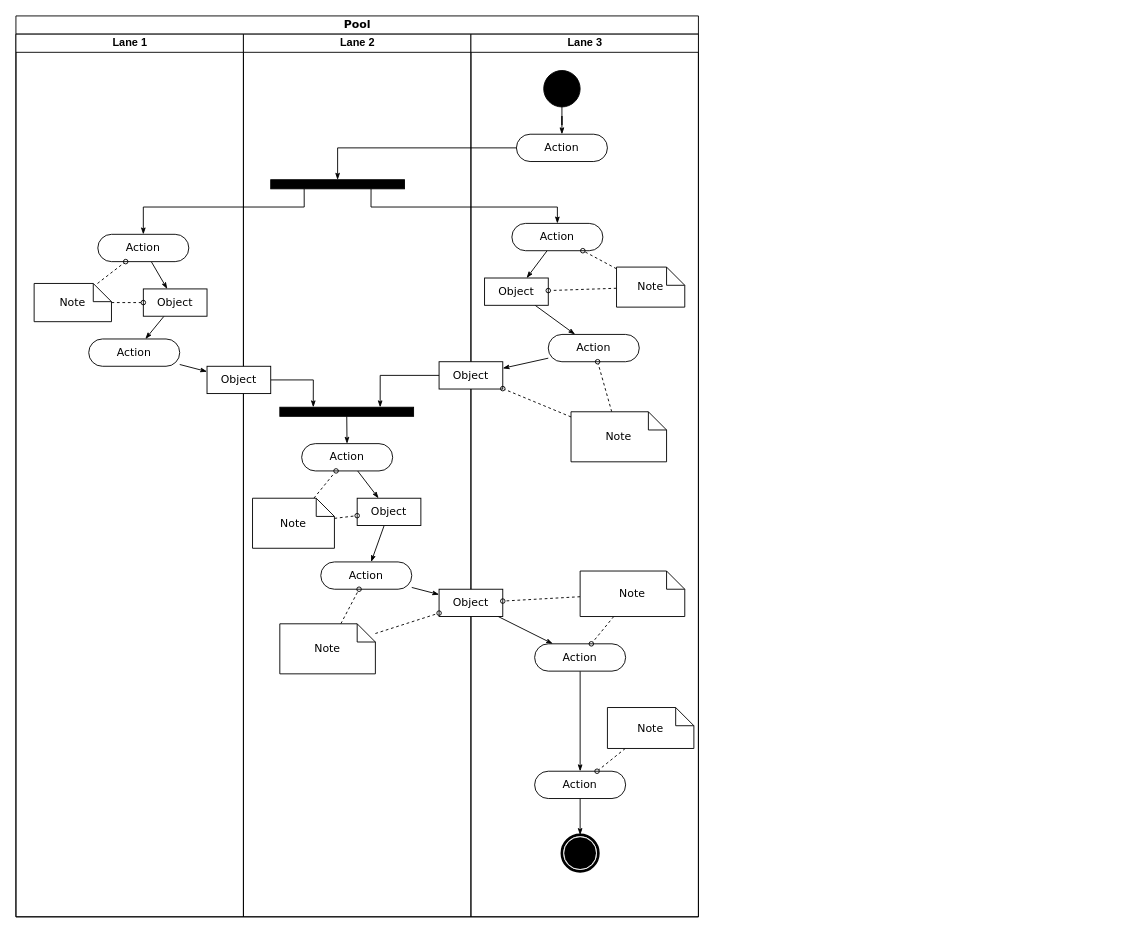
Before: LAEL_REX_Activity_Diagram.drawio in ajithmjose/deleteme, a draw.io diagram. Source tidied: cells renumbered, new cells numbered last; positions are measured from the earlier drawing's top-left corner, leaving out a move shared by most shapes. Both pictures are drawn from the tidied source at 91%, with x=0, y=0 at pixel (15, 15).
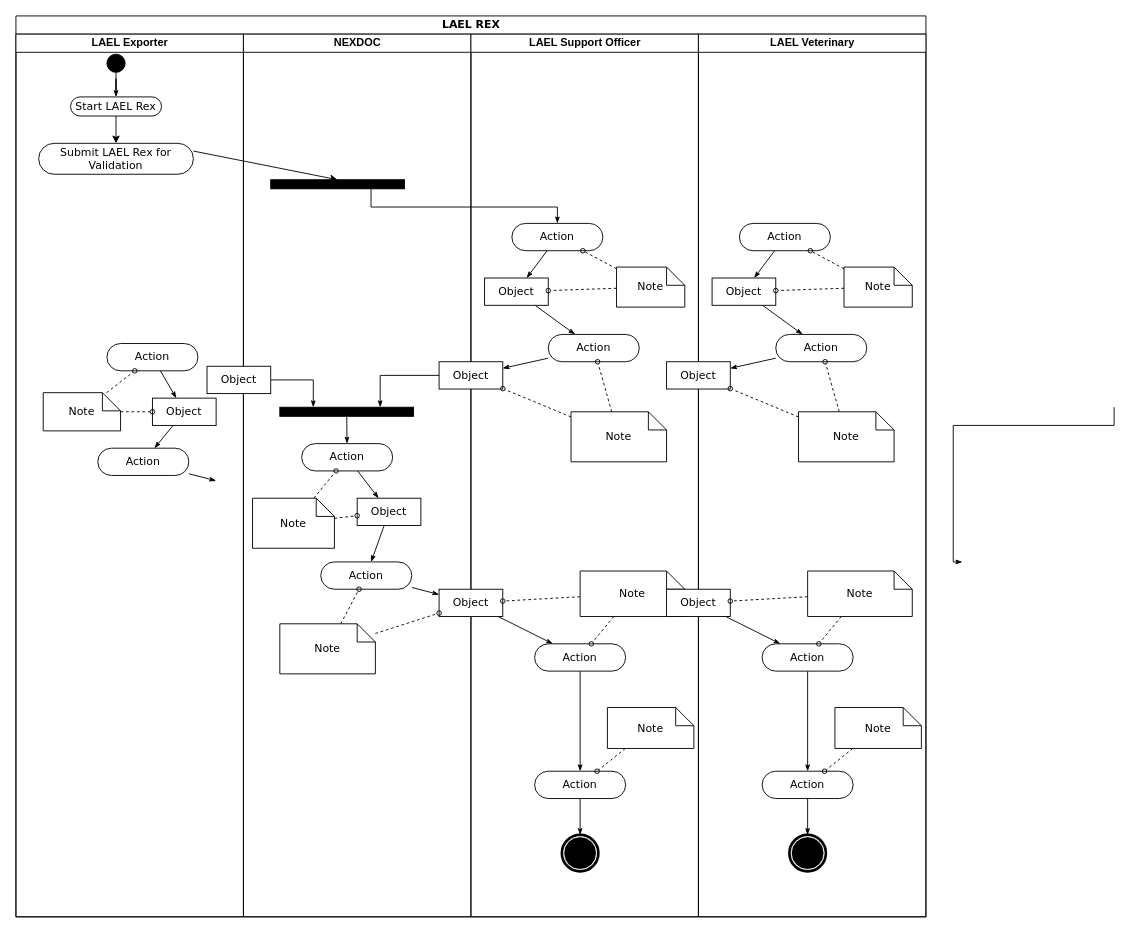
After the change.

Unchanged cells that the change refers to:
```xml
<mxCell id="13" style="whiteSpace=wrap;html=1;rounded=0;shadow=0;comic=0;labelBackgroundColor=none;strokeWidth=1;fillColor=#000000;fontFamily=Verdana;fontSize=12;align=center;rotation=0;" parent="12" vertex="1">
  <mxGeometry x="30" y="160" width="147" height="10" as="geometry" />
</mxCell>
<mxCell id="19" value="Object" style="rounded=0;whiteSpace=wrap;html=1;shadow=0;comic=0;labelBackgroundColor=none;strokeWidth=1;fontFamily=Verdana;fontSize=12;align=center;arcSize=50;" parent="12" vertex="1">
  <mxGeometry x="-40" y="365" width="70" height="30" as="geometry" />
</mxCell>
```

The edit, as a diff of the source:
```diff
@@
-    <mxCell id="2" value="Pool" style="swimlane;html=1;startSize=20;rounded=0;shadow=0;comic=0;labelBackgroundColor=none;strokeWidth=1;fontFamily=Verdana;fontSize=12;align=center;" parent="1" vertex="1">
-      <mxGeometry width="750" height="990" as="geometry" />
+    <mxCell id="2" value="LAEL REX" style="swimlane;html=1;startSize=20;rounded=0;shadow=0;comic=0;labelBackgroundColor=none;strokeWidth=1;fontFamily=Verdana;fontSize=12;align=center;" parent="1" vertex="1">
+      <mxGeometry width="1000" height="990" as="geometry" />
     </mxCell>
-    <mxCell id="3" value="Lane 1" style="swimlane;html=1;startSize=20;" parent="2" vertex="1">
+    <mxCell id="3" value="LAEL Exporter" style="swimlane;html=1;startSize=20;" parent="2" vertex="1">
       <mxGeometry y="20" width="250" height="970" as="geometry" />
     </mxCell>
+    <mxCell id="64" style="ellipse;whiteSpace=wrap;html=1;rounded=0;shadow=0;comic=0;labelBackgroundColor=none;strokeWidth=1;fillColor=#000000;fontFamily=Verdana;fontSize=12;align=center;" parent="3" vertex="1">
+      <mxGeometry x="100" y="22" width="20" height="20" as="geometry" />
+    </mxCell>
+    <mxCell id="65" value="Start LAEL Rex" style="rounded=1;whiteSpace=wrap;html=1;shadow=0;comic=0;labelBackgroundColor=none;strokeWidth=1;fontFamily=Verdana;fontSize=12;align=center;arcSize=50;" parent="3" vertex="1">
+      <mxGeometry x="60" y="69" width="100" height="21" as="geometry" />
+    </mxCell>
+    <mxCell id="66" style="edgeStyle=orthogonalEdgeStyle;rounded=0;html=1;labelBackgroundColor=none;startArrow=none;startFill=0;startSize=5;endArrow=classicThin;endFill=1;endSize=5;jettySize=auto;strokeWidth=1;fontFamily=Verdana;fontSize=12;" parent="3" edge="1" source="64" target="65">
+      <mxGeometry relative="1" as="geometry" />
+    </mxCell>
@@
     <mxCell id="5" value="Action" style="rounded=1;whiteSpace=wrap;html=1;shadow=0;comic=0;labelBackgroundColor=none;strokeWidth=1;fontFamily=Verdana;fontSize=12;align=center;arcSize=50;" parent="3" vertex="1">
-      <mxGeometry x="90" y="220" width="100" height="30" as="geometry" />
+      <mxGeometry x="100" y="340" width="100" height="30" as="geometry" />
     </mxCell>
     <mxCell id="6" value="Action" style="rounded=1;whiteSpace=wrap;html=1;shadow=0;comic=0;labelBackgroundColor=none;strokeWidth=1;fontFamily=Verdana;fontSize=12;align=center;arcSize=50;" parent="3" vertex="1">
-      <mxGeometry x="80" y="335" width="100" height="30" as="geometry" />
+      <mxGeometry x="90" y="455" width="100" height="30" as="geometry" />
     </mxCell>
@@
     <mxCell id="8" value="Object" style="rounded=0;whiteSpace=wrap;html=1;shadow=0;comic=0;labelBackgroundColor=none;strokeWidth=1;fontFamily=Verdana;fontSize=12;align=center;arcSize=50;" parent="3" vertex="1">
-      <mxGeometry x="140" y="280" width="70" height="30" as="geometry" />
+      <mxGeometry x="150" y="400" width="70" height="30" as="geometry" />
     </mxCell>
@@
     <mxCell id="11" value="Note" style="shape=note;whiteSpace=wrap;html=1;rounded=0;shadow=0;comic=0;labelBackgroundColor=none;strokeWidth=1;fontFamily=Verdana;fontSize=12;align=center;size=20;" parent="3" vertex="1">
-      <mxGeometry x="20" y="274" width="85" height="42" as="geometry" />
+      <mxGeometry x="30" y="394" width="85" height="42" as="geometry" />
     </mxCell>
+    <mxCell id="67" value="Submit LAEL Rex for Validation" style="rounded=1;whiteSpace=wrap;html=1;shadow=0;comic=0;labelBackgroundColor=none;strokeWidth=1;fontFamily=Verdana;fontSize=12;align=center;arcSize=50;" parent="3" vertex="1">
+      <mxGeometry x="25" y="120" width="170" height="34" as="geometry" />
+    </mxCell>
+    <mxCell id="61" style="edgeStyle=none;rounded=0;html=1;labelBackgroundColor=none;startArrow=none;startFill=0;startSize=5;endArrow=classicThin;endFill=1;endSize=5;jettySize=auto;strokeWidth=1;fontFamily=Verdana;fontSize=12;" parent="3" edge="1" source="6">
+      <mxGeometry relative="1" as="geometry">
+        <mxPoint x="220" y="490.9" as="targetPoint" />
+      </mxGeometry>
+    </mxCell>
+    <mxCell id="68" style="endArrow=classic;html=1;rounded=0;entryX=0.5;entryY=0;entryDx=0;entryDy=0;" parent="3" edge="1" target="67">
+      <mxGeometry relative="1" as="geometry">
+        <mxPoint x="110" y="90" as="sourcePoint" />
+      </mxGeometry>
+    </mxCell>
-    <mxCell id="12" value="Lane 2" style="swimlane;html=1;startSize=20;" parent="2" vertex="1">
+    <mxCell id="12" value="NEXDOC" style="swimlane;html=1;startSize=20;" parent="2" vertex="1">
       <mxGeometry x="250" y="20" width="250" height="970" as="geometry" />
     </mxCell>
@@
-    <mxCell id="28" value="Lane 3" style="swimlane;html=1;startSize=20;" parent="2" vertex="1">
+    <mxCell id="28" value="LAEL Support Officer" style="swimlane;html=1;startSize=20;" parent="2" vertex="1">
       <mxGeometry x="500" y="20" width="250" height="970" as="geometry" />
     </mxCell>
-    <mxCell id="29" style="edgeStyle=orthogonalEdgeStyle;rounded=0;html=1;labelBackgroundColor=none;startArrow=none;startFill=0;startSize=5;endArrow=classicThin;endFill=1;endSize=5;jettySize=auto;strokeWidth=1;fontFamily=Verdana;fontSize=12;" parent="28" edge="1" source="30" target="31">
-      <mxGeometry relative="1" as="geometry" />
-    </mxCell>
-    <mxCell id="30" style="ellipse;whiteSpace=wrap;html=1;rounded=0;shadow=0;comic=0;labelBackgroundColor=none;strokeWidth=1;fillColor=#000000;fontFamily=Verdana;fontSize=12;align=center;" parent="28" vertex="1">
-      <mxGeometry x="80" y="40" width="40" height="40" as="geometry" />
-    </mxCell>
-    <mxCell id="31" value="Action" style="rounded=1;whiteSpace=wrap;html=1;shadow=0;comic=0;labelBackgroundColor=none;strokeWidth=1;fontFamily=Verdana;fontSize=12;align=center;arcSize=50;" parent="28" vertex="1">
-      <mxGeometry x="50" y="110" width="100" height="30" as="geometry" />
-    </mxCell>
@@
-    <mxCell id="57" style="edgeStyle=orthogonalEdgeStyle;rounded=0;html=1;entryX=0.5;entryY=0;labelBackgroundColor=none;startArrow=none;startFill=0;startSize=5;endArrow=classicThin;endFill=1;endSize=5;jettySize=auto;strokeWidth=1;fontFamily=Verdana;fontSize=12;" parent="2" edge="1" source="31" target="13">
-      <mxGeometry relative="1" as="geometry">
-        <Array as="points">
-          <mxPoint x="354" y="145" />
-        </Array>
-      </mxGeometry>
-    </mxCell>
@@
-    <mxCell id="59" style="edgeStyle=orthogonalEdgeStyle;rounded=0;html=1;exitX=0.25;exitY=1;entryX=0.5;entryY=0;labelBackgroundColor=none;startArrow=none;startFill=0;startSize=5;endArrow=classicThin;endFill=1;endSize=5;jettySize=auto;strokeWidth=1;fontFamily=Verdana;fontSize=12;" parent="2" edge="1" source="13" target="5">
-      <mxGeometry relative="1" as="geometry">
-        <Array as="points">
-          <mxPoint x="317" y="210" />
-          <mxPoint x="140" y="210" />
-        </Array>
-      </mxGeometry>
-    </mxCell>
@@
-    <mxCell id="61" style="edgeStyle=none;rounded=0;html=1;labelBackgroundColor=none;startArrow=none;startFill=0;startSize=5;endArrow=classicThin;endFill=1;endSize=5;jettySize=auto;strokeWidth=1;fontFamily=Verdana;fontSize=12;" parent="2" edge="1" source="6" target="19">
-      <mxGeometry relative="1" as="geometry" />
-    </mxCell>
@@
+    <mxCell id="69" style="endArrow=classic;html=1;rounded=0;entryX=0.5;entryY=0;entryDx=0;entryDy=0;exitX=1;exitY=0.25;exitDx=0;exitDy=0;" parent="2" edge="1" source="67" target="13">
+      <mxGeometry relative="1" as="geometry" />
+    </mxCell>
+    <mxCell id="70" value="LAEL Veterinary" style="swimlane;html=1;startSize=20;" parent="1" vertex="1">
+      <mxGeometry x="750" y="20" width="250" height="970" as="geometry" />
+    </mxCell>
+    <mxCell id="71" style="rounded=0;html=1;labelBackgroundColor=none;startArrow=none;startFill=0;startSize=5;endArrow=classicThin;endFill=1;endSize=5;jettySize=auto;strokeWidth=1;fontFamily=Verdana;fontSize=12;" parent="70" edge="1" source="72" target="76">
+      <mxGeometry relative="1" as="geometry" />
+    </mxCell>
+    <mxCell id="72" value="Action" style="rounded=1;whiteSpace=wrap;html=1;shadow=0;comic=0;labelBackgroundColor=none;strokeWidth=1;fontFamily=Verdana;fontSize=12;align=center;arcSize=50;" parent="70" vertex="1">
+      <mxGeometry x="45" y="208" width="100" height="30" as="geometry" />
+    </mxCell>
+    <mxCell id="73" style="edgeStyle=none;rounded=0;html=1;labelBackgroundColor=none;startArrow=none;startFill=0;startSize=5;endArrow=classicThin;endFill=1;endSize=5;jettySize=auto;strokeWidth=1;fontFamily=Verdana;fontSize=12;" parent="70" edge="1" source="74" target="77">
+      <mxGeometry relative="1" as="geometry" />
+    </mxCell>
+    <mxCell id="74" value="Action" style="rounded=1;whiteSpace=wrap;html=1;shadow=0;comic=0;labelBackgroundColor=none;strokeWidth=1;fontFamily=Verdana;fontSize=12;align=center;arcSize=50;" parent="70" vertex="1">
+      <mxGeometry x="85" y="330" width="100" height="30" as="geometry" />
+    </mxCell>
+    <mxCell id="75" style="edgeStyle=none;rounded=0;html=1;labelBackgroundColor=none;startArrow=none;startFill=0;startSize=5;endArrow=classicThin;endFill=1;endSize=5;jettySize=auto;strokeWidth=1;fontFamily=Verdana;fontSize=12;" parent="70" edge="1" source="76" target="74">
+      <mxGeometry relative="1" as="geometry" />
+    </mxCell>
+    <mxCell id="76" value="Object" style="rounded=0;whiteSpace=wrap;html=1;shadow=0;comic=0;labelBackgroundColor=none;strokeWidth=1;fontFamily=Verdana;fontSize=12;align=center;arcSize=50;" parent="70" vertex="1">
+      <mxGeometry x="15" y="268" width="70" height="30" as="geometry" />
+    </mxCell>
+    <mxCell id="77" value="Object" style="rounded=0;whiteSpace=wrap;html=1;shadow=0;comic=0;labelBackgroundColor=none;strokeWidth=1;fontFamily=Verdana;fontSize=12;align=center;arcSize=50;" parent="70" vertex="1">
+      <mxGeometry x="-35" y="360" width="70" height="30" as="geometry" />
+    </mxCell>
+    <mxCell id="78" style="edgeStyle=none;rounded=0;html=1;labelBackgroundColor=none;startArrow=none;startFill=0;startSize=5;endArrow=classicThin;endFill=1;endSize=5;jettySize=auto;strokeWidth=1;fontFamily=Verdana;fontSize=12;" parent="70" edge="1" source="79" target="81">
+      <mxGeometry relative="1" as="geometry" />
+    </mxCell>
+    <mxCell id="79" value="Object" style="rounded=0;whiteSpace=wrap;html=1;shadow=0;comic=0;labelBackgroundColor=none;strokeWidth=1;fontFamily=Verdana;fontSize=12;align=center;arcSize=50;" parent="70" vertex="1">
+      <mxGeometry x="-35" y="610" width="70" height="30" as="geometry" />
+    </mxCell>
+    <mxCell id="80" style="edgeStyle=none;rounded=0;html=1;labelBackgroundColor=none;startArrow=none;startFill=0;startSize=5;endArrow=classicThin;endFill=1;endSize=5;jettySize=auto;strokeWidth=1;fontFamily=Verdana;fontSize=12;" parent="70" edge="1" source="81" target="83">
+      <mxGeometry relative="1" as="geometry" />
+    </mxCell>
+    <mxCell id="81" value="Action" style="rounded=1;whiteSpace=wrap;html=1;shadow=0;comic=0;labelBackgroundColor=none;strokeWidth=1;fontFamily=Verdana;fontSize=12;align=center;arcSize=50;" parent="70" vertex="1">
+      <mxGeometry x="70" y="670" width="100" height="30" as="geometry" />
+    </mxCell>
+    <mxCell id="82" style="edgeStyle=none;rounded=0;html=1;labelBackgroundColor=none;startArrow=none;startFill=0;startSize=5;endArrow=classicThin;endFill=1;endSize=5;jettySize=auto;strokeWidth=1;fontFamily=Verdana;fontSize=12;" parent="70" edge="1" source="83" target="84">
+      <mxGeometry relative="1" as="geometry" />
+    </mxCell>
+    <mxCell id="83" value="Action" style="rounded=1;whiteSpace=wrap;html=1;shadow=0;comic=0;labelBackgroundColor=none;strokeWidth=1;fontFamily=Verdana;fontSize=12;align=center;arcSize=50;" parent="70" vertex="1">
+      <mxGeometry x="70" y="810" width="100" height="30" as="geometry" />
+    </mxCell>
+    <mxCell id="84" style="shape=mxgraph.bpmn.shape;html=1;verticalLabelPosition=bottom;labelBackgroundColor=#ffffff;verticalAlign=top;perimeter=ellipsePerimeter;outline=end;symbol=terminate;rounded=0;shadow=0;comic=0;strokeWidth=1;fontFamily=Verdana;fontSize=12;align=center;" parent="70" vertex="1">
+      <mxGeometry x="100" y="880" width="40" height="40" as="geometry" />
+    </mxCell>
+    <mxCell id="85" style="edgeStyle=none;rounded=0;html=1;dashed=1;labelBackgroundColor=none;startArrow=none;startFill=0;startSize=5;endArrow=oval;endFill=0;endSize=5;jettySize=auto;strokeWidth=1;fontFamily=Verdana;fontSize=12;" parent="70" edge="1" source="87" target="72">
+      <mxGeometry relative="1" as="geometry" />
+    </mxCell>
+    <mxCell id="86" style="edgeStyle=none;rounded=0;html=1;dashed=1;labelBackgroundColor=none;startArrow=none;startFill=0;startSize=5;endArrow=oval;endFill=0;endSize=5;jettySize=auto;strokeWidth=1;fontFamily=Verdana;fontSize=12;" parent="70" edge="1" source="87" target="76">
+      <mxGeometry relative="1" as="geometry" />
+    </mxCell>
+    <mxCell id="87" value="Note" style="shape=note;whiteSpace=wrap;html=1;rounded=0;shadow=0;comic=0;labelBackgroundColor=none;strokeWidth=1;fontFamily=Verdana;fontSize=12;align=center;size=20;" parent="70" vertex="1">
+      <mxGeometry x="160" y="256" width="75" height="44" as="geometry" />
+    </mxCell>
+    <mxCell id="88" style="edgeStyle=none;rounded=0;html=1;dashed=1;labelBackgroundColor=none;startArrow=none;startFill=0;startSize=5;endArrow=oval;endFill=0;endSize=5;jettySize=auto;strokeWidth=1;fontFamily=Verdana;fontSize=12;" parent="70" edge="1" source="90" target="74">
+      <mxGeometry relative="1" as="geometry" />
+    </mxCell>
+    <mxCell id="89" style="edgeStyle=none;rounded=0;html=1;dashed=1;labelBackgroundColor=none;startArrow=none;startFill=0;startSize=5;endArrow=oval;endFill=0;endSize=5;jettySize=auto;strokeWidth=1;fontFamily=Verdana;fontSize=12;" parent="70" edge="1" source="90" target="77">
+      <mxGeometry relative="1" as="geometry" />
+    </mxCell>
+    <mxCell id="90" value="Note" style="shape=note;whiteSpace=wrap;html=1;rounded=0;shadow=0;comic=0;labelBackgroundColor=none;strokeWidth=1;fontFamily=Verdana;fontSize=12;align=center;size=20;" parent="70" vertex="1">
+      <mxGeometry x="110" y="415" width="105" height="55" as="geometry" />
+    </mxCell>
+    <mxCell id="91" style="edgeStyle=none;rounded=0;html=1;dashed=1;labelBackgroundColor=none;startArrow=none;startFill=0;startSize=5;endArrow=oval;endFill=0;endSize=5;jettySize=auto;strokeWidth=1;fontFamily=Verdana;fontSize=12;" parent="70" edge="1" source="93" target="81">
+      <mxGeometry relative="1" as="geometry" />
+    </mxCell>
+    <mxCell id="92" style="edgeStyle=none;rounded=0;html=1;dashed=1;labelBackgroundColor=none;startArrow=none;startFill=0;startSize=5;endArrow=oval;endFill=0;endSize=5;jettySize=auto;strokeWidth=1;fontFamily=Verdana;fontSize=12;" parent="70" edge="1" source="93" target="79">
+      <mxGeometry relative="1" as="geometry" />
+    </mxCell>
+    <mxCell id="93" value="Note" style="shape=note;whiteSpace=wrap;html=1;rounded=0;shadow=0;comic=0;labelBackgroundColor=none;strokeWidth=1;fontFamily=Verdana;fontSize=12;align=center;size=20;" parent="70" vertex="1">
+      <mxGeometry x="120" y="590" width="115" height="50" as="geometry" />
+    </mxCell>
+    <mxCell id="94" style="edgeStyle=none;rounded=0;html=1;dashed=1;labelBackgroundColor=none;startArrow=none;startFill=0;startSize=5;endArrow=oval;endFill=0;endSize=5;jettySize=auto;strokeWidth=1;fontFamily=Verdana;fontSize=12;" parent="70" edge="1" source="95" target="83">
+      <mxGeometry relative="1" as="geometry" />
+    </mxCell>
+    <mxCell id="95" value="Note" style="shape=note;whiteSpace=wrap;html=1;rounded=0;shadow=0;comic=0;labelBackgroundColor=none;strokeWidth=1;fontFamily=Verdana;fontSize=12;align=center;size=20;" parent="70" vertex="1">
+      <mxGeometry x="150" y="740" width="95" height="45" as="geometry" />
+    </mxCell>
+    <mxCell id="59" style="edgeStyle=orthogonalEdgeStyle;rounded=0;html=1;exitX=0.25;exitY=1;entryX=0.5;entryY=0;labelBackgroundColor=none;startArrow=none;startFill=0;startSize=5;endArrow=classicThin;endFill=1;endSize=5;jettySize=auto;orthogonalLoop=1;strokeWidth=1;fontFamily=Verdana;fontSize=12;" parent="1" edge="1">
+      <mxGeometry relative="1" as="geometry">
+        <mxPoint x="1206.8" y="430" as="sourcePoint" />
+        <mxPoint x="1040" y="600" as="targetPoint" />
+        <Array as="points">
+          <mxPoint x="1207" y="450" />
+          <mxPoint x="1030" y="450" />
+        </Array>
+      </mxGeometry>
+    </mxCell>
```
